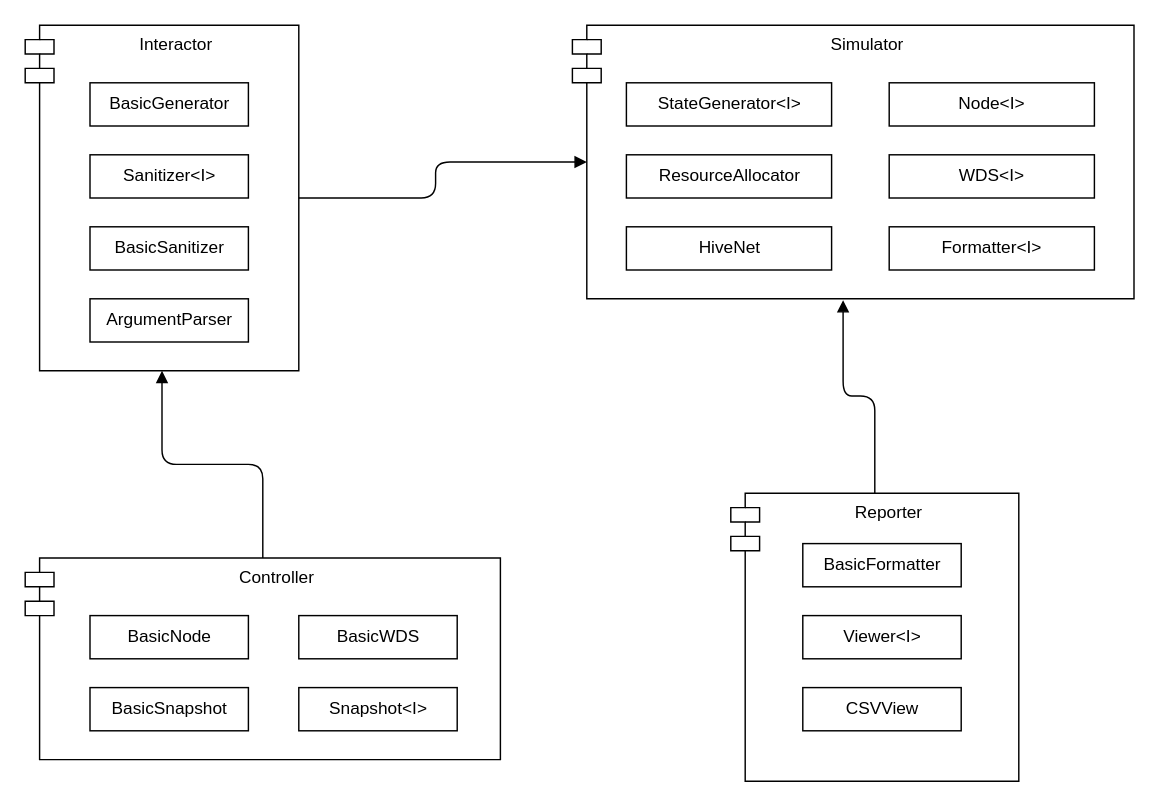
Before: specs/Module Diagram.drawio in arstevens/hive-sim, a draw.io diagram. Source tidied: cells renumbered, new cells numbered last; positions are measured from the earlier drawing's top-left corner, leaving out a move shared by most shapes. Both pictures are drawn from the tidied source at 144%, with x=0, y=0 at pixel (24, 24).
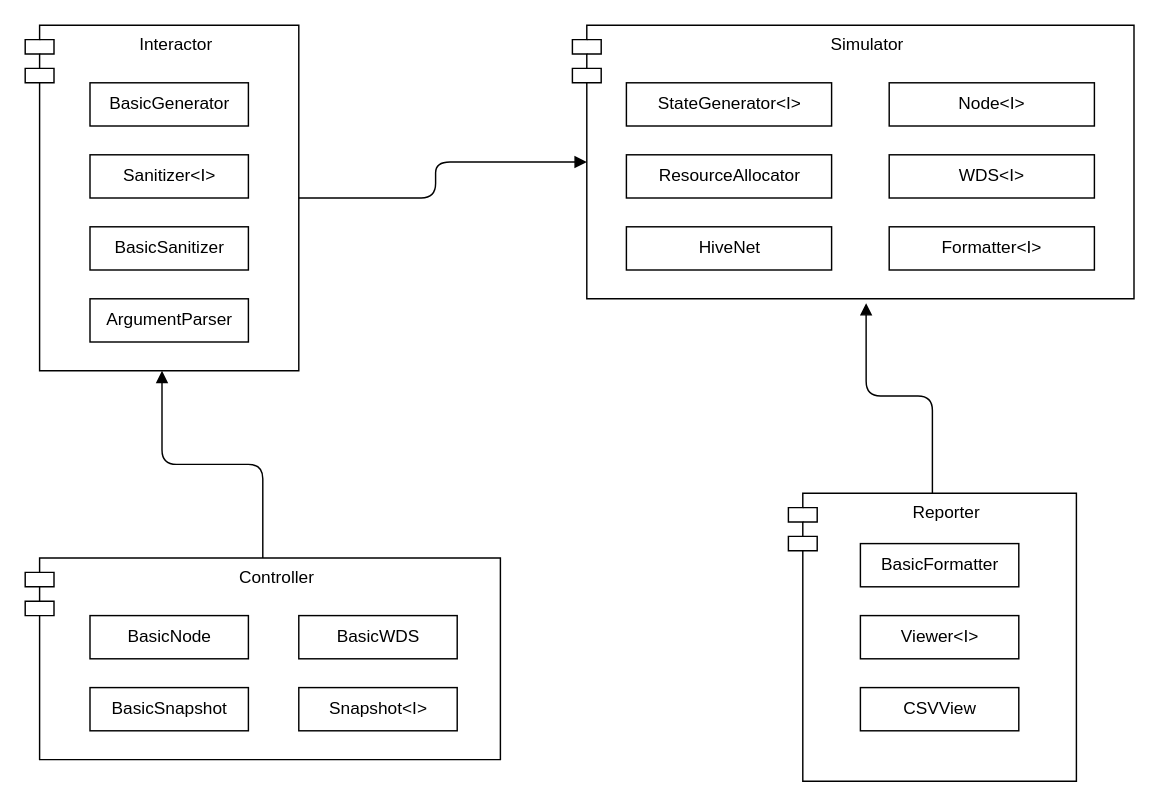
The same page after the edit.

The change refers to these unchanged cells:
```xml
<mxCell id="7" value="Simulator" style="shape=module;align=left;spacingLeft=20;align=center;verticalAlign=top;" parent="1" vertex="1">
  <mxGeometry x="380" width="390" height="190" as="geometry" />
</mxCell>
```

Diff of the diagram source:
```diff
@@
     <mxCell id="18" value="Reporter" style="shape=module;align=left;spacingLeft=20;align=center;verticalAlign=top;" parent="1" vertex="1">
-      <mxGeometry x="490" y="325" width="200" height="200" as="geometry" />
+      <mxGeometry x="530" y="325" width="200" height="200" as="geometry" />
     </mxCell>
     <mxCell id="19" value="BasicFormatter" style="html=1;" parent="1" vertex="1">
-      <mxGeometry x="540" y="360" width="110" height="30" as="geometry" />
+      <mxGeometry x="580" y="360" width="110" height="30" as="geometry" />
     </mxCell>
@@
-    <mxCell id="25" style="endArrow=block;endFill=1;html=1;edgeStyle=orthogonalEdgeStyle;align=left;verticalAlign=top;entryX=0.482;entryY=1.005;entryDx=0;entryDy=0;entryPerimeter=0;exitX=0.5;exitY=0;exitDx=0;exitDy=0;" parent="1" edge="1" source="18" target="7">
+    <mxCell id="25" style="endArrow=block;endFill=1;html=1;edgeStyle=orthogonalEdgeStyle;align=left;verticalAlign=top;exitX=0.5;exitY=0;exitDx=0;exitDy=0;entryX=0.523;entryY=1.016;entryDx=0;entryDy=0;entryPerimeter=0;" parent="1" edge="1" source="18" target="7">
       <mxGeometry x="-1" relative="1" as="geometry" />
     </mxCell>
@@
     <mxCell id="27" value="Viewer&amp;lt;I&amp;gt;" style="html=1;" parent="1" vertex="1">
-      <mxGeometry x="540" y="410" width="110" height="30" as="geometry" />
+      <mxGeometry x="580" y="410" width="110" height="30" as="geometry" />
     </mxCell>
     <mxCell id="28" value="CSVView" style="html=1;" parent="1" vertex="1">
-      <mxGeometry x="540" y="460" width="110" height="30" as="geometry" />
+      <mxGeometry x="580" y="460" width="110" height="30" as="geometry" />
     </mxCell>
```
